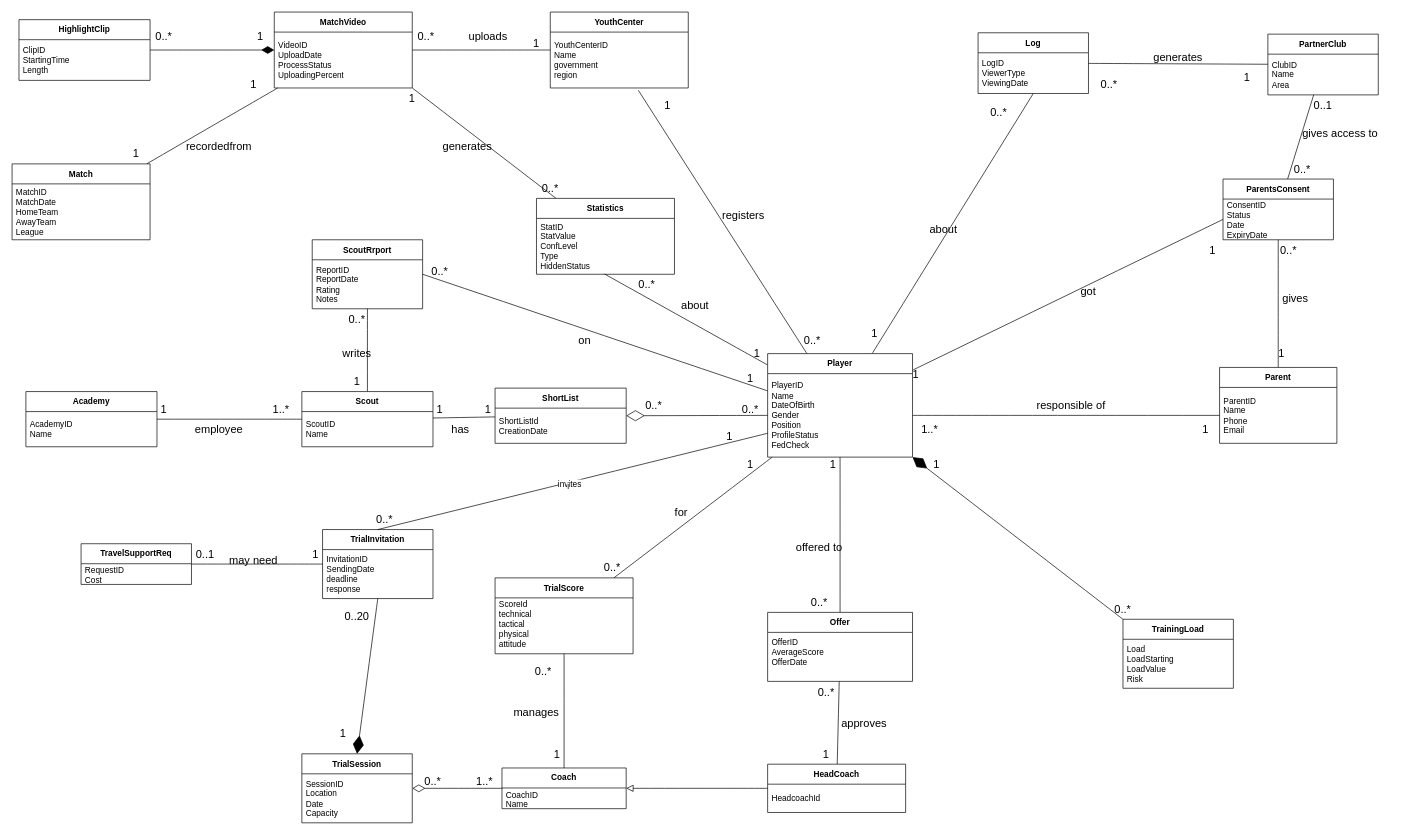
Before: Deliverable_3/DomainClass.drawio in mohamedredasafan1/SWD-Project, a draw.io diagram. Source tidied: cells renumbered, new cells numbered last; positions are measured from the earlier drawing's top-left corner, leaving out a move shared by most shapes. Both pictures are drawn from the tidied source at 69%, with x=0, y=0 at pixel (12, 12).
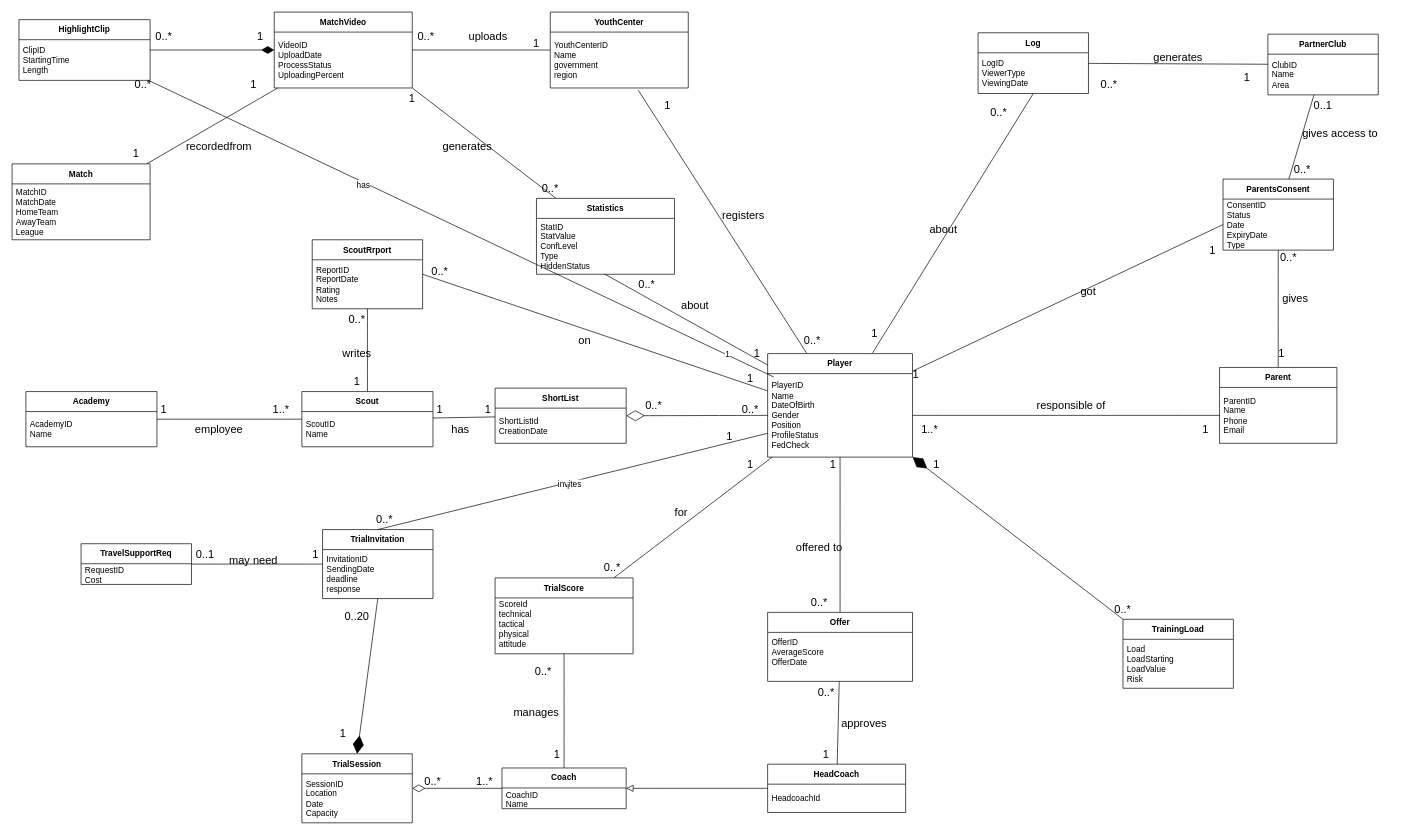
The same page after the edit.

Commit message:
updated domain class diagram

Unchanged cells that the change refers to:
```xml
<mxCell id="8" value="PlayerID&lt;div&gt;Name&lt;/div&gt;&lt;div&gt;DateOfBirth&lt;/div&gt;&lt;div&gt;Gender&lt;/div&gt;&lt;div&gt;Position&amp;nbsp;&lt;/div&gt;&lt;div&gt;ProfileStatus&lt;/div&gt;&lt;div&gt;FedCheck&lt;/div&gt;" style="text;html=1;strokeColor=none;fillColor=none;align=left;verticalAlign=middle;spacingLeft=4;spacingRight=4;overflow=hidden;points=[[0,0.5],[1,0.5]];portConstraint=eastwest;whiteSpace=wrap;" parent="7" vertex="1">
  <mxGeometry y="29" width="210" height="121" as="geometry" />
</mxCell>
<mxCell id="111" value="HighlightClip" style="swimlane;fontStyle=1;align=center;verticalAlign=middle;horizontal=1;startSize=29;html=1;whiteSpace=wrap;" parent="1" vertex="1">
  <mxGeometry x="10" y="11" width="190" height="88" as="geometry" />
</mxCell>
```

What changed in the source:
```diff
@@
     <mxCell id="132" value="ParentsConsent" style="swimlane;fontStyle=1;align=center;verticalAlign=middle;horizontal=1;startSize=29;html=1;whiteSpace=wrap;" parent="1" vertex="1">
-      <mxGeometry x="1755" y="242" width="160" height="88" as="geometry" />
+      <mxGeometry x="1755" y="242" width="160" height="103" as="geometry" />
     </mxCell>
-    <mxCell id="133" value="ConsentID&lt;div&gt;Status&lt;/div&gt;&lt;div&gt;Date&lt;/div&gt;&lt;div&gt;ExpiryDate&lt;/div&gt;" style="text;html=1;strokeColor=none;fillColor=none;align=left;verticalAlign=middle;spacingLeft=4;spacingRight=4;overflow=hidden;points=[[0,0.5],[1,0.5]];portConstraint=eastwest;whiteSpace=wrap;" parent="132" vertex="1">
-      <mxGeometry y="29" width="160" height="59" as="geometry" />
+    <mxCell id="133" value="ConsentID&lt;div&gt;Status&lt;/div&gt;&lt;div&gt;Date&lt;/div&gt;&lt;div&gt;ExpiryDate&lt;/div&gt;&lt;div&gt;Type&lt;/div&gt;" style="text;html=1;strokeColor=none;fillColor=none;align=left;verticalAlign=middle;spacingLeft=4;spacingRight=4;overflow=hidden;points=[[0,0.5],[1,0.5]];portConstraint=eastwest;whiteSpace=wrap;" parent="132" vertex="1">
+      <mxGeometry y="29" width="160" height="74" as="geometry" />
     </mxCell>
@@
     <mxCell id="139" value="0..*" style="text;html=1;whiteSpace=wrap;strokeColor=none;fillColor=none;align=center;verticalAlign=middle;rounded=0;fontSize=16;" parent="1" vertex="1">
-      <mxGeometry x="1820" y="330" width="60" height="30" as="geometry" />
+      <mxGeometry x="1820" y="340" width="60" height="30" as="geometry" />
     </mxCell>
@@
+    <mxCell id="147" style="edgeStyle=none;curved=1;rounded=0;curveGeometry=1;jettySize=auto;html=1;entryX=0.042;entryY=0.04;entryDx=0;entryDy=0;entryPerimeter=0;fontSize=12;defaultLabelBackgroundColor=page;labelPadding=0 4;startSize=8;endSize=8;endArrow=none;endFill=0;" parent="1" edge="1" source="111" target="8">
+      <mxGeometry relative="1" as="geometry" />
+    </mxCell>
+    <mxCell id="148" value="1" style="edgeLabel;html=1;align=center;verticalAlign=middle;inheritText=1;fontSize=12;defaultLabelBackgroundColor=page;labelPadding=0 4;" parent="147" vertex="1">
+      <mxGeometry x="0.85" relative="1" as="geometry" />
+    </mxCell>
+    <mxCell id="149" value="has" style="edgeLabel;html=1;align=center;verticalAlign=middle;inheritText=1;fontSize=12;defaultLabelBackgroundColor=page;labelPadding=0 4;" parent="147" vertex="1">
+      <mxGeometry x="-0.31" y="-4" relative="1" as="geometry" />
+    </mxCell>
+    <mxCell id="150" value="0..*" style="text;html=1;whiteSpace=wrap;strokeColor=none;fillColor=none;align=center;verticalAlign=middle;rounded=0;fontSize=16;" parent="1" vertex="1">
+      <mxGeometry x="160" y="90" width="60" height="30" as="geometry" />
+    </mxCell>
```
